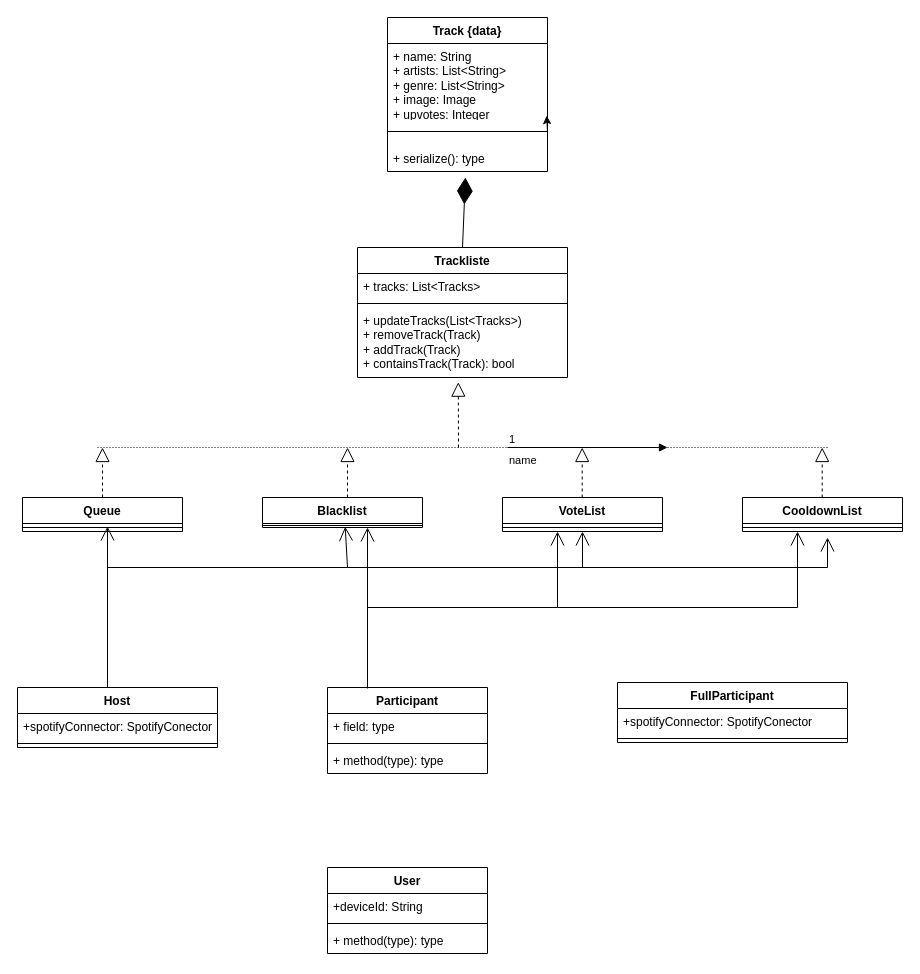
The draw.io diagram Diagramme/NepTune.drawio in PaBu04/Neptune, before the edit. Source tidied: cells renumbered, new cells numbered last; positions are measured from the earlier drawing's top-left corner, leaving out a move shared by most shapes. Both pictures are drawn from the tidied source at 100%, with x=0, y=0 at pixel (17, 17).
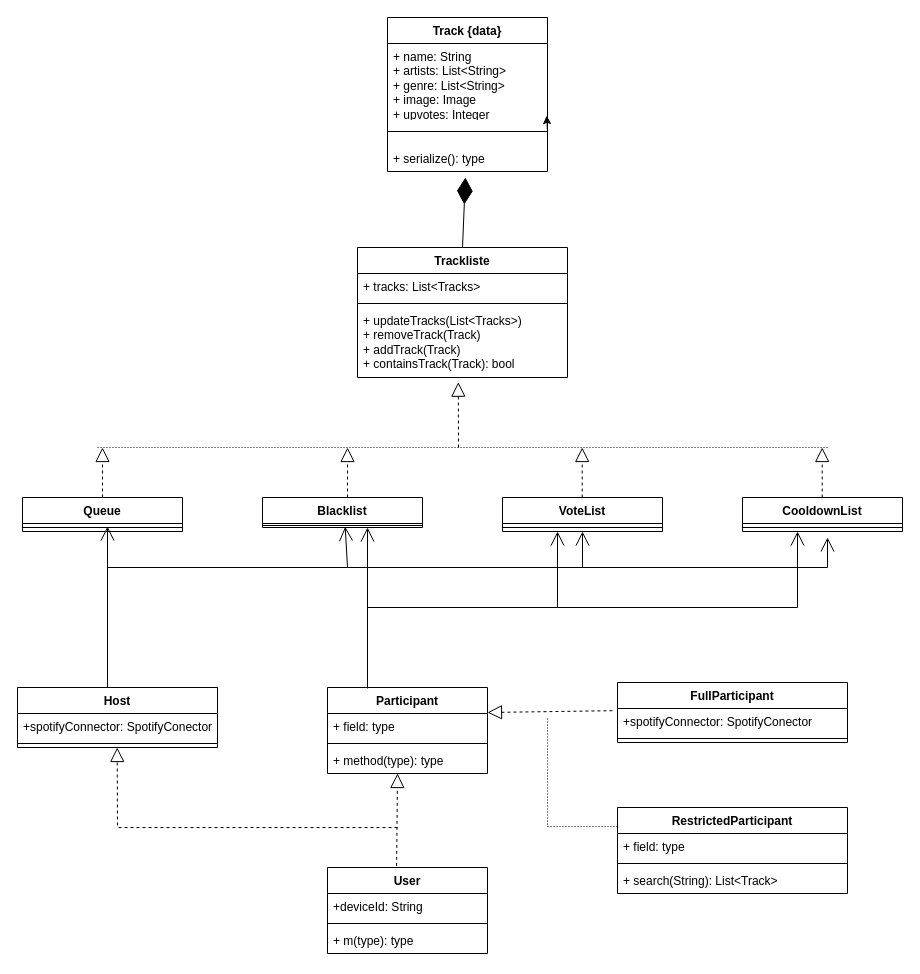
Above is the later version.

The change refers to these unchanged cells:
```xml
<mxCell id="29" value="FullParticipant" style="swimlane;fontStyle=1;align=center;verticalAlign=top;horizontal=1;startSize=26;whiteSpace=wrap;html=1;" parent="1" vertex="1">
  <mxGeometry x="600" y="665" width="230" height="60" as="geometry" />
</mxCell>
<mxCell id="36" value="User" style="swimlane;fontStyle=1;align=center;verticalAlign=top;horizontal=1;startSize=26;whiteSpace=wrap;html=1;" parent="1" vertex="1">
  <mxGeometry x="310" y="850" width="160" height="86" as="geometry" />
</mxCell>
```

The edit, as a diff of the source:
```diff
@@
-    <mxCell id="39" value="+ method(type): type" style="text;strokeColor=none;fillColor=none;align=left;verticalAlign=top;spacingLeft=4;spacingRight=4;overflow=hidden;whiteSpace=wrap;html=1;" parent="36" vertex="1">
+    <mxCell id="39" value="+ m(type): type" style="text;strokeColor=none;fillColor=none;align=left;verticalAlign=top;spacingLeft=4;spacingRight=4;overflow=hidden;whiteSpace=wrap;html=1;" parent="36" vertex="1">
       <mxGeometry y="60" width="160" height="26" as="geometry" />
     </mxCell>
-    <mxCell id="40" value="name" style="endArrow=block;endFill=1;html=1;edgeStyle=orthogonalEdgeStyle;align=left;verticalAlign=top;rounded=0;" parent="1" edge="1">
-      <mxGeometry x="-1" relative="1" as="geometry">
-        <mxPoint x="490" y="430" as="sourcePoint" />
-        <mxPoint x="650" y="430" as="targetPoint" />
-      </mxGeometry>
-    </mxCell>
-    <mxCell id="41" value="1" style="edgeLabel;html=1;align=left;verticalAlign=bottom;" parent="40" vertex="1">
-      <mxGeometry x="-1" relative="1" as="geometry" />
-    </mxCell>
@@
+    <mxCell id="49" style="endArrow=block;dashed=1;endFill=0;endSize=12;html=1;rounded=0;exitX=0.432;exitY=-0.019;exitDx=0;exitDy=0;exitPerimeter=0;" parent="1" edge="1" source="36">
+      <mxGeometry relative="1" as="geometry">
+        <mxPoint x="380" y="756" as="targetPoint" />
+      </mxGeometry>
+    </mxCell>
+    <mxCell id="50" style="endArrow=block;dashed=1;endFill=0;endSize=12;html=1;rounded=0;" parent="1" edge="1">
+      <mxGeometry relative="1" as="geometry">
+        <mxPoint x="380" y="810" as="sourcePoint" />
+        <mxPoint x="99.7" y="730" as="targetPoint" />
+        <Array as="points">
+          <mxPoint x="100" y="810" />
+        </Array>
+      </mxGeometry>
+    </mxCell>
+    <mxCell id="51" style="endArrow=block;dashed=1;endFill=0;endSize=12;html=1;rounded=0;entryX=1.009;entryY=0.768;entryDx=0;entryDy=0;entryPerimeter=0;exitX=-0.022;exitY=0.47;exitDx=0;exitDy=0;exitPerimeter=0;" parent="1" edge="1" source="29">
+      <mxGeometry relative="1" as="geometry">
+        <mxPoint x="470" y="695" as="targetPoint" />
+      </mxGeometry>
+    </mxCell>
+    <mxCell id="52" style="endArrow=none;html=1;rounded=0;dashed=1;dashPattern=1 2;" parent="1" edge="1">
+      <mxGeometry relative="1" as="geometry">
+        <mxPoint x="600" y="809" as="sourcePoint" />
+        <mxPoint x="530" y="700" as="targetPoint" />
+        <Array as="points">
+          <mxPoint x="530" y="809" />
+        </Array>
+      </mxGeometry>
+    </mxCell>
+    <mxCell id="53" value="RestrictedParticipant" style="swimlane;fontStyle=1;align=center;verticalAlign=top;horizontal=1;startSize=26;whiteSpace=wrap;html=1;" parent="1" vertex="1">
+      <mxGeometry x="600" y="790" width="230" height="86" as="geometry" />
+    </mxCell>
+    <mxCell id="54" value="+ field: type" style="text;strokeColor=none;fillColor=none;align=left;verticalAlign=top;spacingLeft=4;spacingRight=4;overflow=hidden;whiteSpace=wrap;html=1;" parent="53" vertex="1">
+      <mxGeometry y="26" width="230" height="26" as="geometry" />
+    </mxCell>
+    <mxCell id="55" style="line;strokeWidth=1;fillColor=none;align=left;verticalAlign=middle;spacingTop=-1;spacingLeft=3;spacingRight=3;labelPosition=right;strokeColor=inherit;" parent="53" vertex="1">
+      <mxGeometry y="52" width="230" height="8" as="geometry" />
+    </mxCell>
+    <mxCell id="56" value="+ search(String): List&amp;lt;Track&amp;gt;" style="text;strokeColor=none;fillColor=none;align=left;verticalAlign=top;spacingLeft=4;spacingRight=4;overflow=hidden;whiteSpace=wrap;html=1;" parent="53" vertex="1">
+      <mxGeometry y="60" width="230" height="26" as="geometry" />
+    </mxCell>
```
